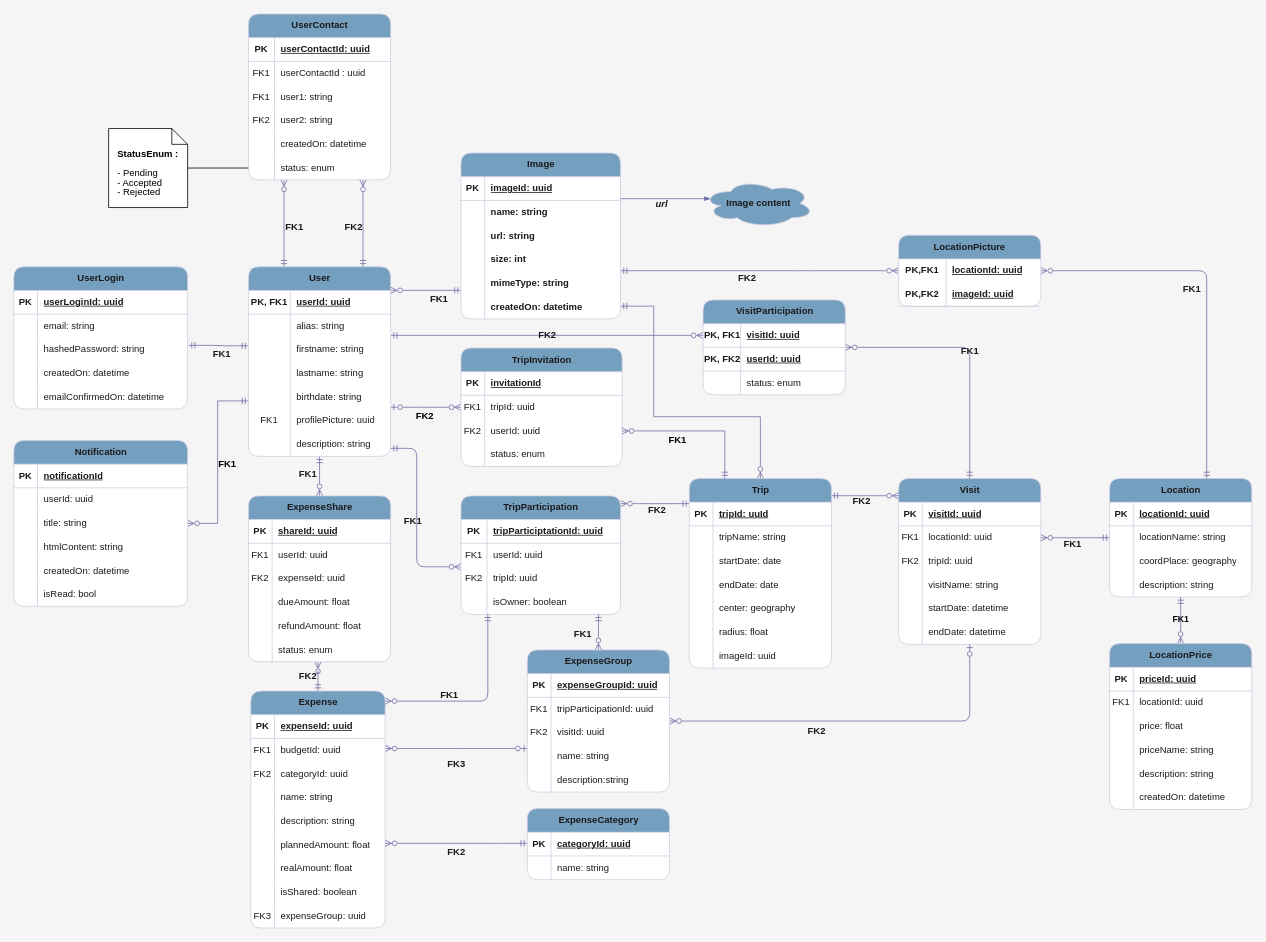
The draw.io diagram db/data_model_V4.drawio.xml in Yasmine2201/Trip-Planner, before the edit. Source tidied: cells renumbered, new cells numbered last; positions are measured from the earlier drawing's top-left corner, leaving out a move shared by most shapes. Both pictures are drawn from the tidied source at 79%, with x=0, y=0 at pixel (13, 13).
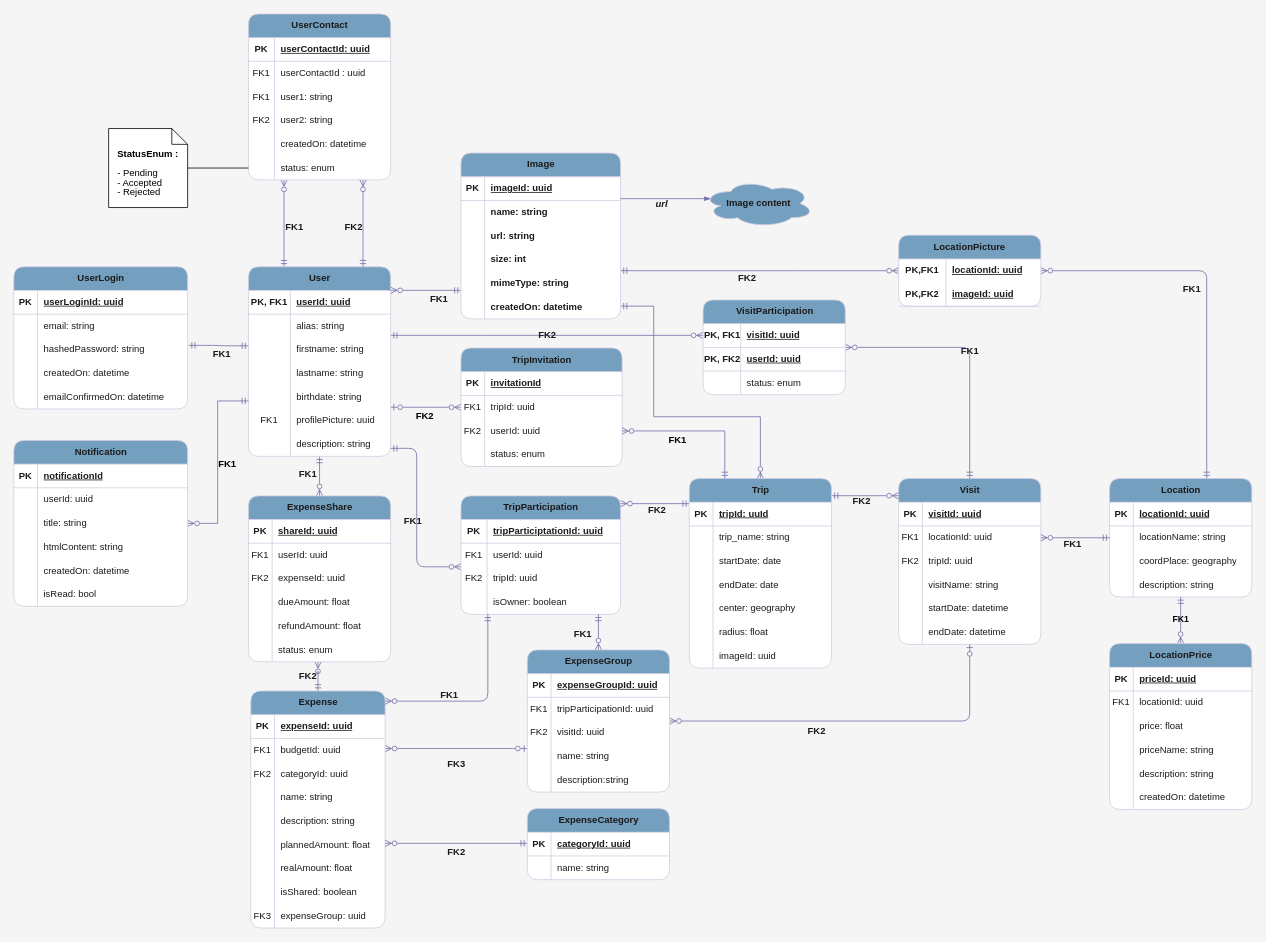
The same page after the edit.

The change refers to these unchanged cells:
```xml
<mxCell id="99" style="shape=tableRow;horizontal=0;startSize=0;swimlaneHead=0;swimlaneBody=0;fillColor=none;top=0;left=0;right=0;bottom=0;labelBackgroundColor=none;strokeColor=#D0CEE2;fontColor=#1A1A1A;rounded=1;" parent="95" vertex="1">
  <mxGeometry y="60" width="180" height="30" as="geometry" />
</mxCell>
```

Change to the diagram source:
```diff
@@
-    <mxCell id="101" value="tripName: string" style="shape=partialRectangle;fillColor=none;top=0;left=0;bottom=0;right=0;align=left;spacingLeft=6;overflow=hidden;whiteSpace=wrap;html=1;labelBackgroundColor=none;strokeColor=#D0CEE2;fontColor=#1A1A1A;rounded=1;" parent="99" vertex="1">
+    <mxCell id="101" value="trip_name: string" style="shape=partialRectangle;fillColor=none;top=0;left=0;bottom=0;right=0;align=left;spacingLeft=6;overflow=hidden;whiteSpace=wrap;html=1;labelBackgroundColor=none;strokeColor=#D0CEE2;fontColor=#1A1A1A;rounded=1;" parent="99" vertex="1">
       <mxGeometry x="30" width="150" height="30" as="geometry" />
     </mxCell>
```
